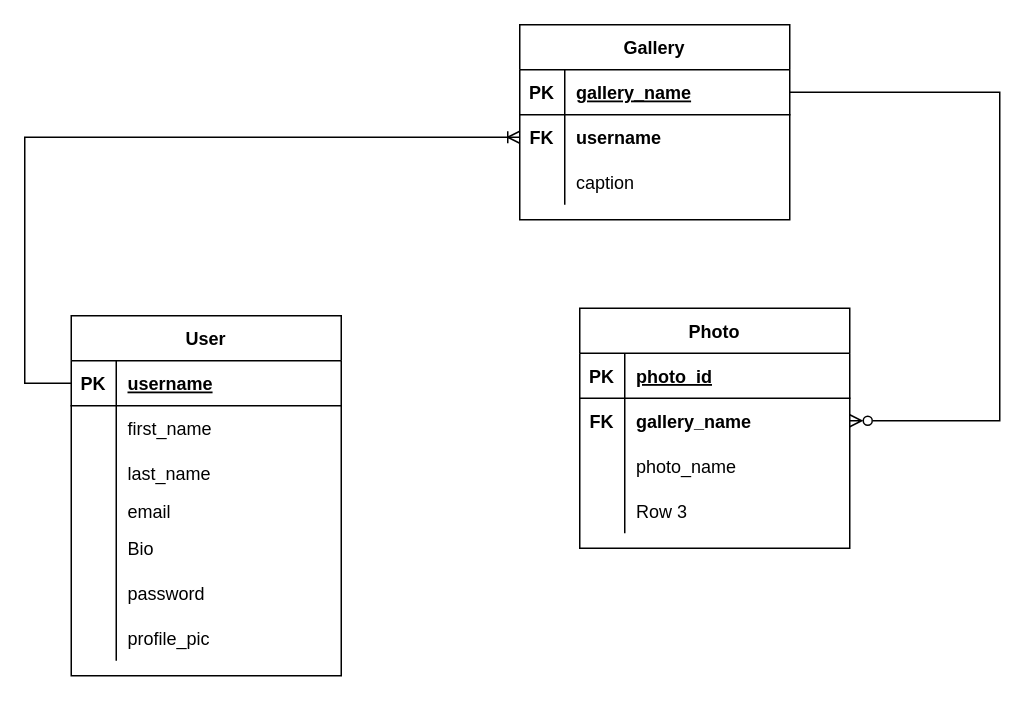
The draw.io diagram page "Page-2" (2 of 2) of Untitled Diagram.drawio in VinCoD/ERDs, before the edit. Source tidied: cells renumbered, new cells numbered last; positions are measured from the earlier drawing's top-left corner, leaving out a move shared by most shapes. Both pictures are drawn from the tidied source at 150%, with x=0, y=0 at pixel (9, 24).
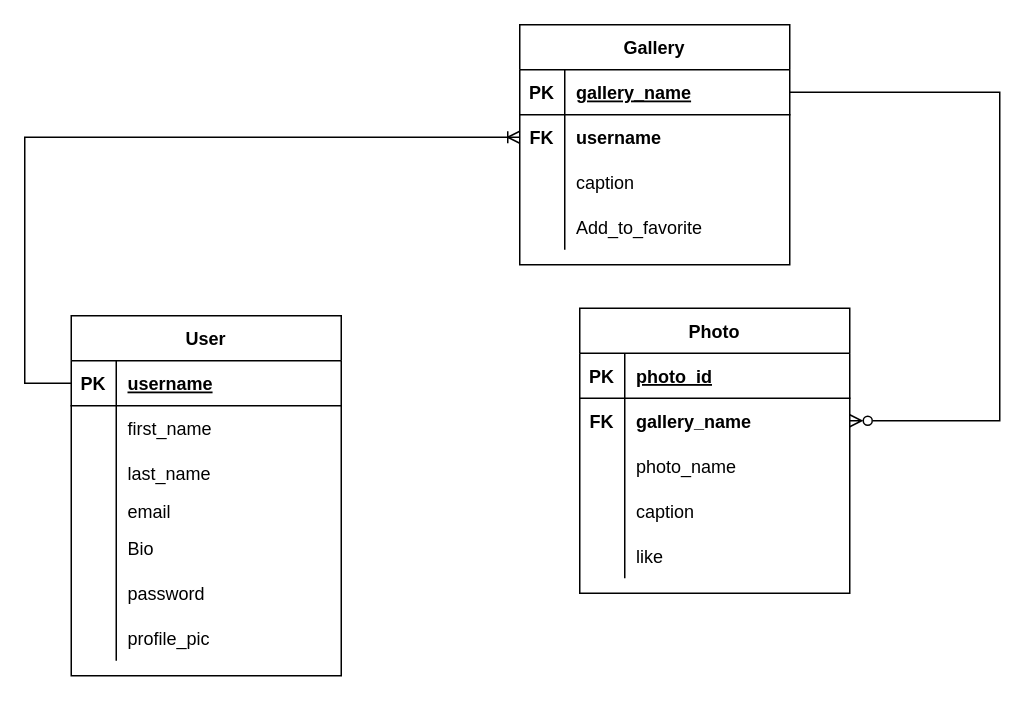
After the change.

The change refers to these unchanged cells:
```xml
<mxCell id="45" style="shape=tableRow;horizontal=0;startSize=0;swimlaneHead=0;swimlaneBody=0;fillColor=none;top=0;left=0;right=0;bottom=0;" parent="35" vertex="1">
  <mxGeometry y="120" width="180" height="30" as="geometry" />
</mxCell>
```

Change to the diagram source:
```diff
@@
     <mxCell id="2" value="Gallery" style="shape=table;startSize=30;childLayout=tableLayout;rowLines=0;fontStyle=1;align=center;" parent="1" vertex="1">
-      <mxGeometry x="340" width="180" height="130" as="geometry" />
+      <mxGeometry x="340" width="180" height="160" as="geometry" />
     </mxCell>
@@
+    <mxCell id="49" style="shape=tableRow;horizontal=0;startSize=0;swimlaneHead=0;swimlaneBody=0;fillColor=none;top=0;left=0;right=0;bottom=0;" parent="2" vertex="1">
+      <mxGeometry y="120" width="180" height="30" as="geometry" />
+    </mxCell>
+    <mxCell id="50" style="shape=partialRectangle;fillColor=none;top=0;left=0;bottom=0;right=0;overflow=hidden;" parent="49" vertex="1">
+      <mxGeometry width="30" height="30" as="geometry" />
+    </mxCell>
+    <mxCell id="51" value="Add_to_favorite" style="shape=partialRectangle;fillColor=none;top=0;left=0;bottom=0;right=0;align=left;spacingLeft=6;overflow=hidden;" parent="49" vertex="1">
+      <mxGeometry x="30" width="150" height="30" as="geometry" />
+    </mxCell>
@@
     <mxCell id="35" value="Photo" style="shape=table;startSize=30;childLayout=tableLayout;rowLines=0;fontStyle=1;align=center;" parent="1" vertex="1">
-      <mxGeometry x="380" y="189" width="180" height="160" as="geometry" />
+      <mxGeometry x="380" y="189" width="180" height="190" as="geometry" />
     </mxCell>
@@
-    <mxCell id="47" value="Row 3" style="shape=partialRectangle;fillColor=none;top=0;left=0;bottom=0;right=0;align=left;spacingLeft=6;overflow=hidden;" parent="45" vertex="1">
+    <mxCell id="47" value="caption" style="shape=partialRectangle;fillColor=none;top=0;left=0;bottom=0;right=0;align=left;spacingLeft=6;overflow=hidden;" parent="45" vertex="1">
       <mxGeometry x="30" width="150" height="30" as="geometry" />
     </mxCell>
+    <mxCell id="52" style="shape=tableRow;horizontal=0;startSize=0;swimlaneHead=0;swimlaneBody=0;fillColor=none;top=0;left=0;right=0;bottom=0;" parent="35" vertex="1">
+      <mxGeometry y="150" width="180" height="30" as="geometry" />
+    </mxCell>
+    <mxCell id="53" style="shape=partialRectangle;fillColor=none;top=0;left=0;bottom=0;right=0;overflow=hidden;" parent="52" vertex="1">
+      <mxGeometry width="30" height="30" as="geometry" />
+    </mxCell>
+    <mxCell id="54" value="like" style="shape=partialRectangle;fillColor=none;top=0;left=0;bottom=0;right=0;align=left;spacingLeft=6;overflow=hidden;" parent="52" vertex="1">
+      <mxGeometry x="30" width="150" height="30" as="geometry" />
+    </mxCell>
```
